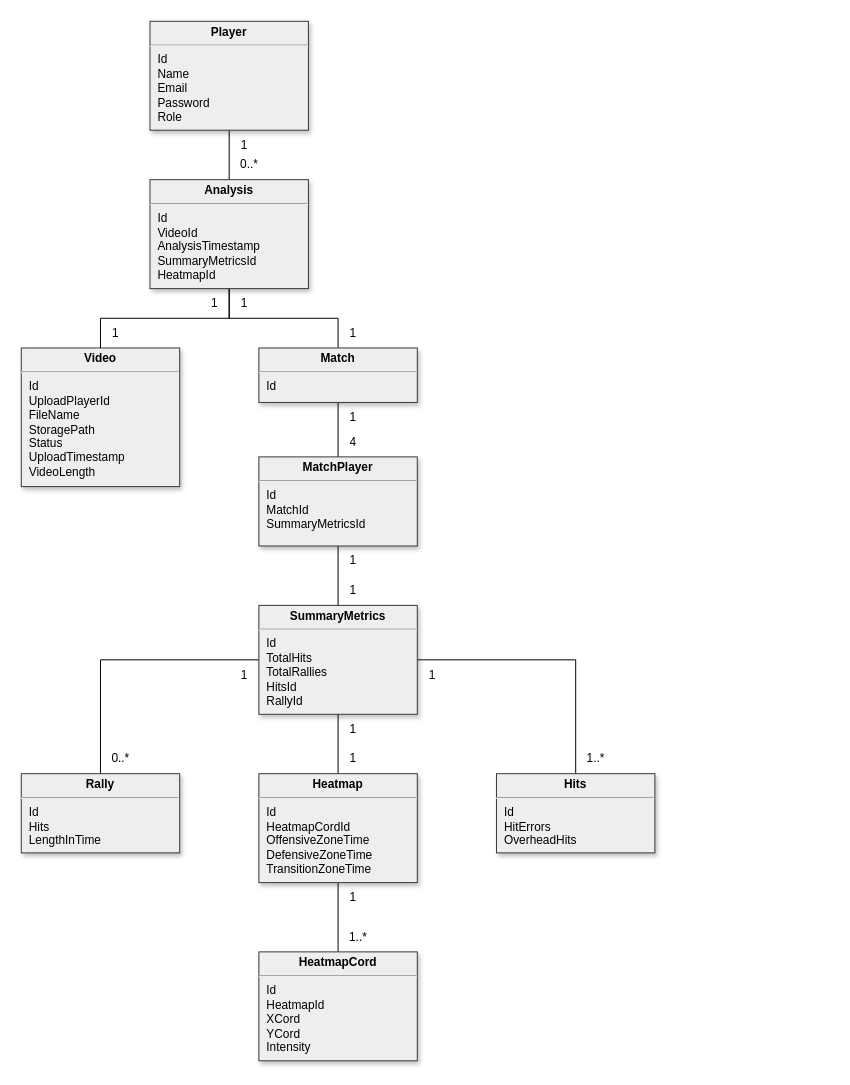
This is Documentation/Analysis/Diagrams/DomainModel.drawio from Olsen7351/Bachlor2025-Padel, a draw.io file, before an edit. Source tidied: cells renumbered, new cells numbered last; positions are measured from the earlier drawing's top-left corner, leaving out a move shared by most shapes. Both pictures are drawn from the tidied source at 99%, with x=0, y=0 at pixel (21, 21).
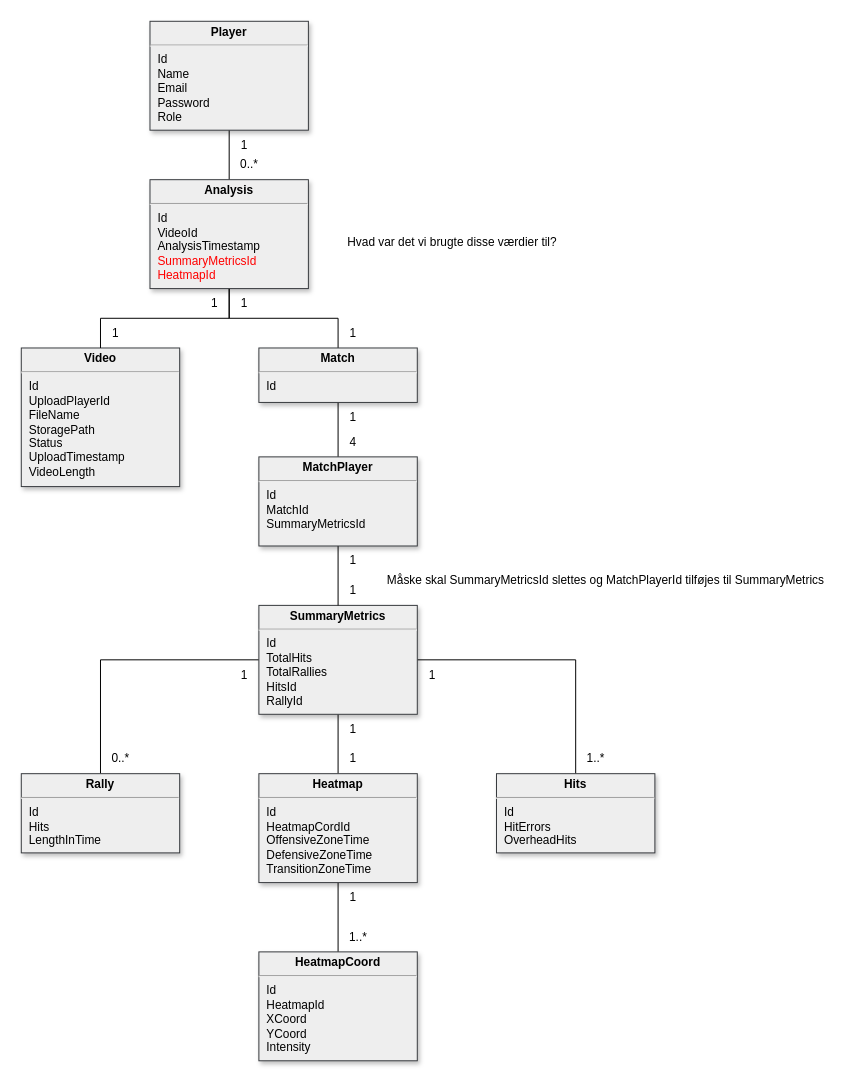
The same page after the edit.

Change to the diagram source:
```diff
@@
-    <mxCell id="7" value="&lt;p style=&quot;margin: 4px 0px 0px; text-align: center;&quot;&gt;&lt;b&gt;Analysis&lt;/b&gt;&lt;/p&gt;&lt;hr&gt;&lt;p style=&quot;margin: 0px; margin-left: 8px;&quot;&gt;Id&lt;/p&gt;&lt;p style=&quot;margin: 0px; margin-left: 8px;&quot;&gt;VideoId&lt;/p&gt;&lt;p style=&quot;margin: 0px; margin-left: 8px;&quot;&gt;AnalysisTimestamp&lt;/p&gt;&lt;p style=&quot;margin: 0px; margin-left: 8px;&quot;&gt;SummaryMetricsId&lt;/p&gt;&lt;p style=&quot;margin: 0px 0px 0px 8px;&quot;&gt;HeatmapId&lt;/p&gt;&lt;p style=&quot;margin: 0px 0px 0px 8px;&quot;&gt;&lt;br&gt;&lt;/p&gt;" style="verticalAlign=top;align=left;overflow=fill;fontSize=12;fontFamily=Helvetica;html=1;shadow=1;fillColor=#eeeeee;strokeColor=#36393d;" parent="1" vertex="1">
+    <mxCell id="7" value="&lt;p style=&quot;margin: 4px 0px 0px; text-align: center;&quot;&gt;&lt;b&gt;Analysis&lt;/b&gt;&lt;/p&gt;&lt;hr&gt;&lt;p style=&quot;margin: 0px; margin-left: 8px;&quot;&gt;Id&lt;/p&gt;&lt;p style=&quot;margin: 0px; margin-left: 8px;&quot;&gt;VideoId&lt;/p&gt;&lt;p style=&quot;margin: 0px; margin-left: 8px;&quot;&gt;AnalysisTimestamp&lt;/p&gt;&lt;p style=&quot;margin: 0px; margin-left: 8px;&quot;&gt;&lt;font style=&quot;color: rgb(255, 0, 0);&quot;&gt;SummaryMetricsId&lt;/font&gt;&lt;/p&gt;&lt;p style=&quot;margin: 0px 0px 0px 8px;&quot;&gt;&lt;font style=&quot;color: rgb(255, 0, 0);&quot;&gt;HeatmapId&lt;/font&gt;&lt;/p&gt;&lt;p style=&quot;margin: 0px 0px 0px 8px;&quot;&gt;&lt;br&gt;&lt;/p&gt;" style="verticalAlign=top;align=left;overflow=fill;fontSize=12;fontFamily=Helvetica;html=1;shadow=1;fillColor=#eeeeee;strokeColor=#36393d;" parent="1" vertex="1">
       <mxGeometry x="130" y="160" width="160" height="110" as="geometry" />
     </mxCell>
@@
-    <mxCell id="14" value="&lt;p style=&quot;margin: 4px 0px 0px; text-align: center;&quot;&gt;&lt;b&gt;HeatmapCord&lt;/b&gt;&lt;/p&gt;&lt;hr&gt;&lt;p style=&quot;margin: 0px; margin-left: 8px;&quot;&gt;Id&lt;/p&gt;&lt;p style=&quot;margin: 0px; margin-left: 8px;&quot;&gt;HeatmapId&lt;/p&gt;&lt;p style=&quot;margin: 0px; margin-left: 8px;&quot;&gt;XCord&lt;/p&gt;&lt;p style=&quot;margin: 0px; margin-left: 8px;&quot;&gt;YCord&lt;/p&gt;&lt;p style=&quot;margin: 0px; margin-left: 8px;&quot;&gt;Intensity&lt;/p&gt;" style="verticalAlign=top;align=left;overflow=fill;fontSize=12;fontFamily=Helvetica;html=1;shadow=1;fillColor=#eeeeee;strokeColor=#36393d;" parent="1" vertex="1">
+    <mxCell id="14" value="&lt;p style=&quot;margin: 4px 0px 0px; text-align: center;&quot;&gt;&lt;b&gt;HeatmapCoord&lt;/b&gt;&lt;/p&gt;&lt;hr&gt;&lt;p style=&quot;margin: 0px; margin-left: 8px;&quot;&gt;Id&lt;/p&gt;&lt;p style=&quot;margin: 0px; margin-left: 8px;&quot;&gt;HeatmapId&lt;/p&gt;&lt;p style=&quot;margin: 0px; margin-left: 8px;&quot;&gt;XCoord&lt;/p&gt;&lt;p style=&quot;margin: 0px; margin-left: 8px;&quot;&gt;YCoord&lt;/p&gt;&lt;p style=&quot;margin: 0px; margin-left: 8px;&quot;&gt;Intensity&lt;/p&gt;" style="verticalAlign=top;align=left;overflow=fill;fontSize=12;fontFamily=Helvetica;html=1;shadow=1;fillColor=#eeeeee;strokeColor=#36393d;" parent="1" vertex="1">
       <mxGeometry x="240" y="940" width="160" height="110" as="geometry" />
     </mxCell>
@@
+    <mxCell id="39" value="Måske skal SummaryMetricsId slettes og MatchPlayerId tilføjes til SummaryMetrics" style="text;html=1;align=center;verticalAlign=middle;strokeColor=none;fillColor=none;" parent="1" vertex="1">
+      <mxGeometry x="360" y="549.5" width="460" height="30" as="geometry" />
+    </mxCell>
+    <mxCell id="40" value="Hvad var det vi brugte disse værdier til?" style="text;html=1;align=center;verticalAlign=middle;strokeColor=none;fillColor=none;" parent="1" vertex="1">
+      <mxGeometry x="320" y="208" width="230" height="30" as="geometry" />
+    </mxCell>
```
